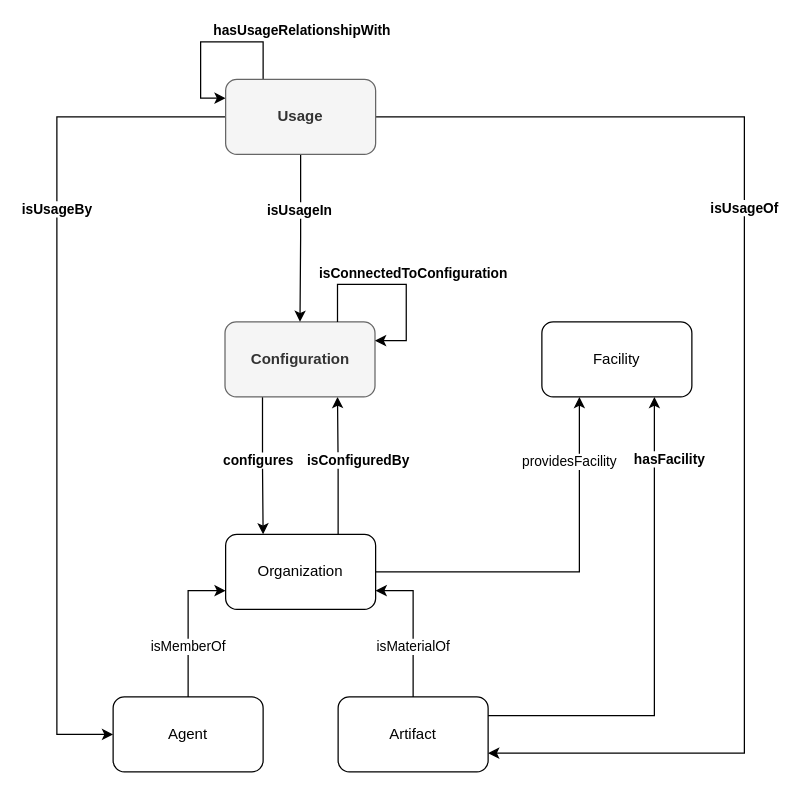
Before: domains/logistics/configure-organization/configure-organization.drawio in HyperAgents/hmas, a draw.io diagram. Source tidied: cells renumbered, new cells numbered last; positions are measured from the earlier drawing's top-left corner, leaving out a move shared by most shapes. Both pictures are drawn from the tidied source at 125%, with x=0, y=0 at pixel (56, 41).
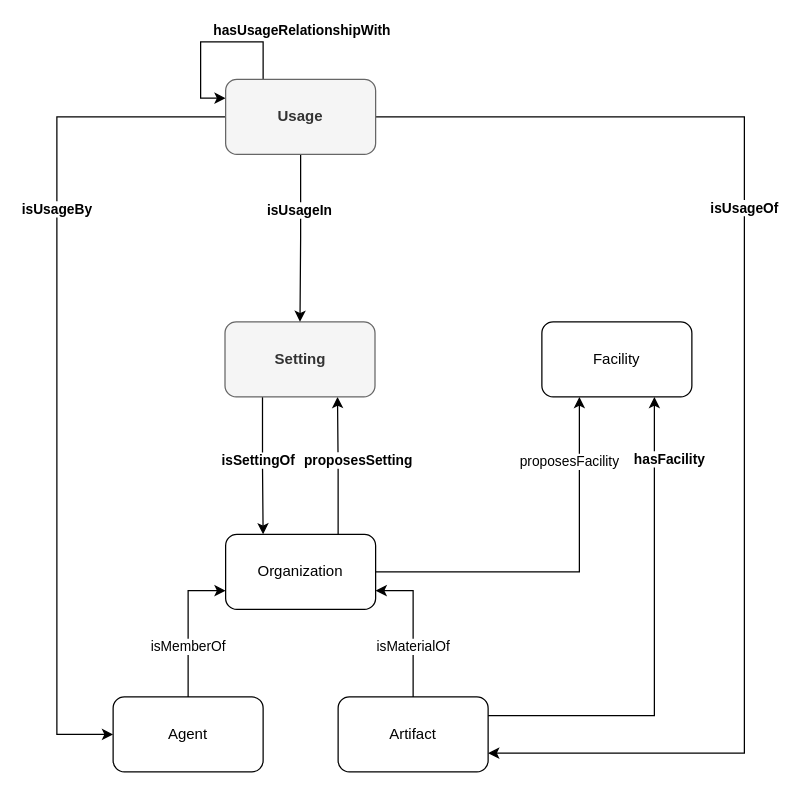
After the change.

The change refers to these unchanged cells:
```xml
<mxCell id="4" value="Organization" style="rounded=1;whiteSpace=wrap;html=1;" parent="1" vertex="1">
  <mxGeometry x="135" y="394" width="120" height="60" as="geometry" />
</mxCell>
<mxCell id="10" value="Facility" style="rounded=1;whiteSpace=wrap;html=1;fontStyle=0;" parent="1" vertex="1">
  <mxGeometry x="388" y="224" width="120" height="60" as="geometry" />
</mxCell>
```

The edit, as a diff of the source:
```diff
@@
-    <mxCell id="2" value="providesFacility" style="edgeStyle=orthogonalEdgeStyle;rounded=0;jettySize=auto;html=1;exitX=1;exitY=0.5;exitDx=0;exitDy=0;entryX=0.25;entryY=1;entryDx=0;entryDy=0;startArrow=none;startFill=0;endArrow=classic;endFill=1;" parent="1" edge="1" source="4" target="10">
+    <mxCell id="2" value="proposesFacility" style="edgeStyle=orthogonalEdgeStyle;rounded=0;jettySize=auto;html=1;exitX=1;exitY=0.5;exitDx=0;exitDy=0;entryX=0.25;entryY=1;entryDx=0;entryDy=0;startArrow=none;startFill=0;endArrow=classic;endFill=1;" parent="1" edge="1" source="4" target="10">
       <mxGeometry x="0.66" y="8" relative="1" as="geometry" />
     </mxCell>
-    <mxCell id="3" value="&lt;span style=&quot;color: rgb(0, 0, 0); font-family: Helvetica; font-size: 11px; font-style: normal; font-variant-ligatures: normal; font-variant-caps: normal; font-weight: 700; letter-spacing: normal; orphans: 2; text-align: center; text-indent: 0px; text-transform: none; widows: 2; word-spacing: 0px; -webkit-text-stroke-width: 0px; background-color: rgb(255, 255, 255); text-decoration-thickness: initial; text-decoration-style: initial; text-decoration-color: initial; float: none; display: inline !important;&quot;&gt;isConfiguredBy&lt;/span&gt;" style="edgeStyle=orthogonalEdgeStyle;rounded=0;jettySize=auto;html=1;exitX=0.75;exitY=0;exitDx=0;exitDy=0;entryX=0.75;entryY=1;entryDx=0;entryDy=0;" parent="1" edge="1" source="4" target="12">
+    <mxCell id="3" value="&lt;span style=&quot;color: rgb(0, 0, 0); font-family: Helvetica; font-size: 11px; font-style: normal; font-variant-ligatures: normal; font-variant-caps: normal; font-weight: 700; letter-spacing: normal; orphans: 2; text-align: center; text-indent: 0px; text-transform: none; widows: 2; word-spacing: 0px; -webkit-text-stroke-width: 0px; background-color: rgb(255, 255, 255); text-decoration-thickness: initial; text-decoration-style: initial; text-decoration-color: initial; float: none; display: inline !important;&quot;&gt;proposesSetting&lt;/span&gt;" style="edgeStyle=orthogonalEdgeStyle;rounded=0;jettySize=auto;html=1;exitX=0.75;exitY=0;exitDx=0;exitDy=0;entryX=0.75;entryY=1;entryDx=0;entryDy=0;" parent="1" edge="1" source="4" target="12">
       <mxGeometry x="0.08" y="-15" relative="1" as="geometry">
         <mxPoint x="1" as="offset" />
       </mxGeometry>
     </mxCell>
@@
-    <mxCell id="11" value="&lt;b&gt;configures&lt;/b&gt;" style="edgeStyle=orthogonalEdgeStyle;rounded=0;jettySize=auto;html=1;exitX=0.25;exitY=1;exitDx=0;exitDy=0;entryX=0.25;entryY=0;entryDx=0;entryDy=0;" parent="1" edge="1" source="12" target="4">
+    <mxCell id="11" value="&lt;b&gt;isSettingOf&lt;/b&gt;" style="edgeStyle=orthogonalEdgeStyle;rounded=0;jettySize=auto;html=1;exitX=0.25;exitY=1;exitDx=0;exitDy=0;entryX=0.25;entryY=0;entryDx=0;entryDy=0;" parent="1" edge="1" source="12" target="4">
       <mxGeometry x="-0.08" y="-4" relative="1" as="geometry" />
     </mxCell>
-    <mxCell id="12" value="Configuration" style="rounded=1;whiteSpace=wrap;html=1;fontSize=12;fontStyle=1;fillColor=#f5f5f5;fontColor=#333333;strokeColor=#666666;" parent="1" vertex="1">
+    <mxCell id="12" value="Setting" style="rounded=1;whiteSpace=wrap;html=1;fontSize=12;fontStyle=1;fillColor=#f5f5f5;fontColor=#333333;strokeColor=#666666;" parent="1" vertex="1">
       <mxGeometry x="134.5" y="224" width="120" height="60" as="geometry" />
     </mxCell>
@@
-    <mxCell id="15" style="edgeStyle=orthogonalEdgeStyle;rounded=0;orthogonalLoop=1;jettySize=auto;html=1;exitX=1;exitY=0.25;exitDx=0;exitDy=0;entryX=0.75;entryY=0;entryDx=0;entryDy=0;startArrow=classic;startFill=1;endArrow=none;endFill=0;" parent="1" edge="1" source="12" target="12">
-      <mxGeometry relative="1" as="geometry">
-        <Array as="points">
-          <mxPoint x="279.5" y="239" />
-          <mxPoint x="279.5" y="194" />
-          <mxPoint x="224.5" y="194" />
-        </Array>
-      </mxGeometry>
-    </mxCell>
-    <mxCell id="16" value="isConnectedToConfiguration" style="edgeLabel;html=1;align=center;verticalAlign=middle;fontStyle=1;" parent="15" vertex="1">
-      <mxGeometry x="-0.08" y="4" relative="1" as="geometry">
-        <mxPoint x="6" y="-14" as="offset" />
-      </mxGeometry>
-    </mxCell>
```
